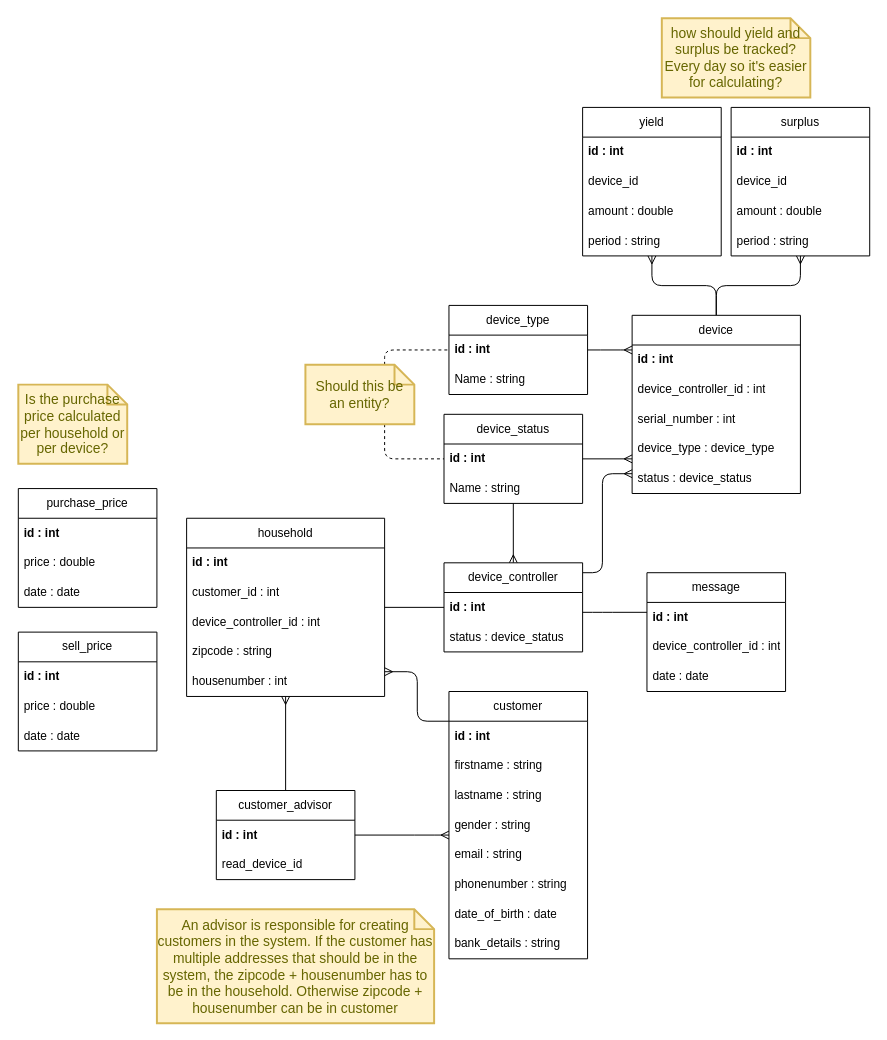
Above: diagrams/ERD/ERD.drawio in JochemGrootherder/educom-ecopowrrr (draw.io), before the change. Source tidied: cells renumbered, new cells numbered last; positions are measured from the earlier drawing's top-left corner, leaving out a move shared by most shapes. Both pictures are drawn from the tidied source at 99%, with x=0, y=0 at pixel (18, 18).
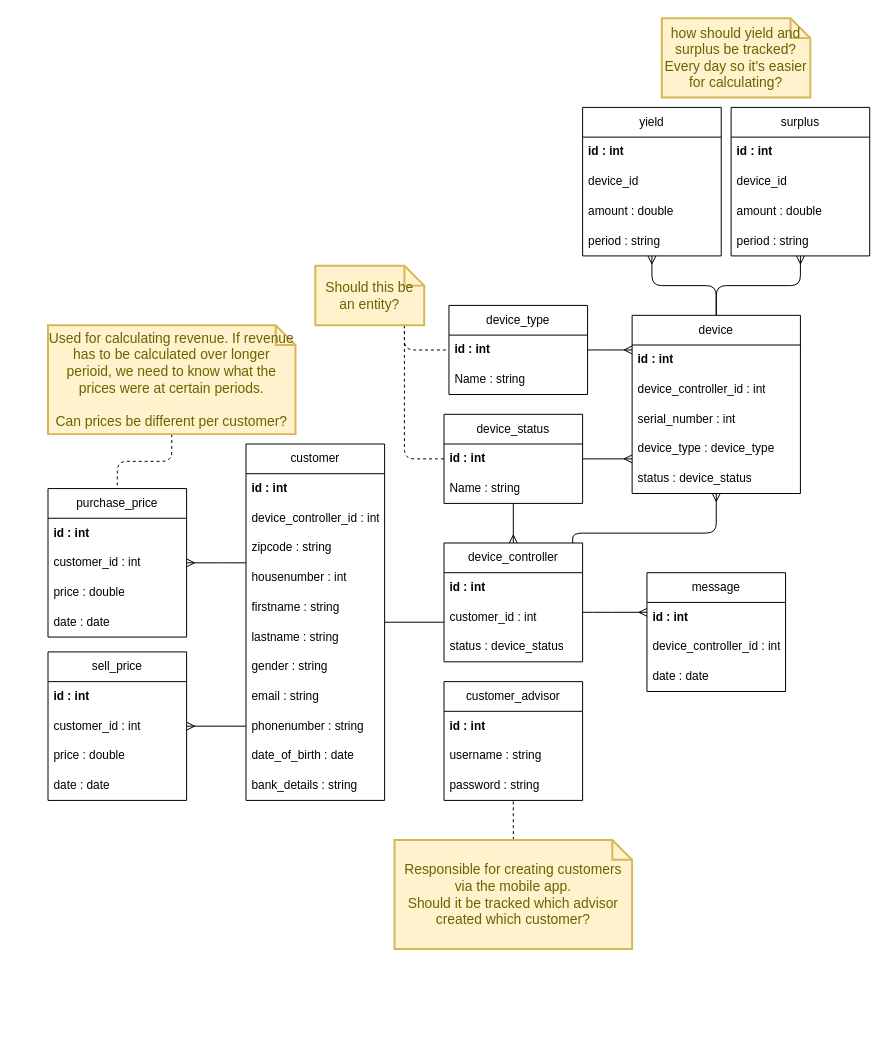
The same diagram, later.

Unchanged cells that the change refers to:
```xml
<mxCell id="18" value="device_status" style="swimlane;fontStyle=0;horizontal=1;startSize=30;whiteSpace=wrap;html=1;fontSize=12;" parent="1" vertex="1">
  <mxGeometry x="430" y="400" width="140" height="90" as="geometry" />
</mxCell>
<mxCell id="23" value="device" style="swimlane;fontStyle=0;horizontal=1;startSize=30;whiteSpace=wrap;html=1;fontSize=12;" parent="1" vertex="1">
  <mxGeometry x="620" y="300" width="170" height="180" as="geometry" />
</mxCell>
<mxCell id="30" value="device_type" style="swimlane;fontStyle=0;horizontal=1;startSize=30;whiteSpace=wrap;html=1;fontSize=12;" parent="1" vertex="1">
  <mxGeometry x="435" y="290" width="140" height="90" as="geometry" />
</mxCell>
<mxCell id="44" value="message" style="swimlane;fontStyle=0;horizontal=1;startSize=30;whiteSpace=wrap;html=1;fontSize=12;" parent="1" vertex="1">
  <mxGeometry x="635" y="560" width="140" height="120" as="geometry" />
</mxCell>
```

The edit, as a diff of the source:
```diff
@@
-    <mxCell id="2" value="household" style="swimlane;fontStyle=0;horizontal=1;startSize=30;whiteSpace=wrap;html=1;fontSize=12;" parent="1" vertex="1">
-      <mxGeometry x="170" y="505" width="200" height="180" as="geometry" />
-    </mxCell>
-    <mxCell id="3" value="id : int" style="text;strokeColor=none;fillColor=none;align=left;verticalAlign=middle;spacingLeft=4;spacingRight=4;overflow=hidden;whiteSpace=wrap;html=1;fontSize=12;fontStyle=1;" parent="2" vertex="1">
-      <mxGeometry y="30" width="200" height="30" as="geometry" />
-    </mxCell>
-    <mxCell id="4" value="customer_id : int" style="text;strokeColor=none;fillColor=none;align=left;verticalAlign=middle;spacingLeft=4;spacingRight=4;overflow=hidden;whiteSpace=wrap;html=1;fontSize=12;fontStyle=0;" parent="2" vertex="1">
-      <mxGeometry y="60" width="200" height="30" as="geometry" />
-    </mxCell>
-    <mxCell id="5" value="device_controller_id : int" style="text;strokeColor=none;fillColor=none;align=left;verticalAlign=middle;spacingLeft=4;spacingRight=4;overflow=hidden;whiteSpace=wrap;html=1;fontSize=12;fontStyle=0;" parent="2" vertex="1">
-      <mxGeometry y="90" width="200" height="30" as="geometry" />
-    </mxCell>
-    <mxCell id="6" value="zipcode : string" style="text;strokeColor=none;fillColor=none;align=left;verticalAlign=middle;spacingLeft=4;spacingRight=4;overflow=hidden;whiteSpace=wrap;html=1;fontSize=12;fontStyle=0;" parent="2" vertex="1">
-      <mxGeometry y="120" width="200" height="30" as="geometry" />
-    </mxCell>
-    <mxCell id="7" value="housenumber : int" style="text;strokeColor=none;fillColor=none;align=left;verticalAlign=middle;spacingLeft=4;spacingRight=4;overflow=hidden;whiteSpace=wrap;html=1;fontSize=12;fontStyle=0;" parent="2" vertex="1">
-      <mxGeometry y="150" width="200" height="30" as="geometry" />
-    </mxCell>
-    <mxCell id="8" style="edgeStyle=none;html=1;endArrow=none;endFill=0;startArrow=ERmany;startFill=0;" parent="1" edge="1" source="2" target="9">
-      <mxGeometry relative="1" as="geometry" />
-    </mxCell>
     <mxCell id="9" value="customer_advisor" style="swimlane;fontStyle=0;horizontal=1;startSize=30;whiteSpace=wrap;html=1;fontSize=12;" parent="1" vertex="1">
-      <mxGeometry x="200" y="780" width="140" height="90" as="geometry" />
+      <mxGeometry x="430" y="670" width="140" height="120" as="geometry" />
     </mxCell>
@@
-    <mxCell id="11" value="read_device_id" style="text;strokeColor=none;fillColor=none;align=left;verticalAlign=middle;spacingLeft=4;spacingRight=4;overflow=hidden;whiteSpace=wrap;html=1;fontSize=12;fontStyle=0;" parent="9" vertex="1">
-      <mxGeometry y="60" width="140" height="30" as="geometry" />
-    </mxCell>
+    <mxCell id="74" value="username : string" style="text;strokeColor=none;fillColor=none;align=left;verticalAlign=middle;spacingLeft=4;spacingRight=4;overflow=hidden;whiteSpace=wrap;html=1;fontSize=12;fontStyle=0;" parent="9" vertex="1">
+      <mxGeometry y="60" width="140" height="30" as="geometry" />
+    </mxCell>
+    <mxCell id="75" value="password : string" style="text;strokeColor=none;fillColor=none;align=left;verticalAlign=middle;spacingLeft=4;spacingRight=4;overflow=hidden;whiteSpace=wrap;html=1;fontSize=12;fontStyle=0;" parent="9" vertex="1">
+      <mxGeometry y="90" width="140" height="30" as="geometry" />
+    </mxCell>
@@
-    <mxCell id="13" style="edgeStyle=none;html=1;startArrow=none;startFill=0;endArrow=none;endFill=0;" parent="1" edge="1" source="15" target="2">
-      <mxGeometry relative="1" as="geometry" />
-    </mxCell>
     <mxCell id="14" style="edgeStyle=orthogonalEdgeStyle;html=1;startArrow=none;startFill=0;endArrow=ERmany;endFill=0;" parent="1" edge="1" source="15" target="23">
       <mxGeometry relative="1" as="geometry">
         <Array as="points">
-          <mxPoint x="590" y="560" />
-          <mxPoint x="590" y="460" />
+          <mxPoint x="560" y="520" />
+          <mxPoint x="705" y="520" />
         </Array>
       </mxGeometry>
     </mxCell>
     <mxCell id="15" value="device_controller" style="swimlane;fontStyle=0;horizontal=1;startSize=30;whiteSpace=wrap;html=1;fontSize=12;" parent="1" vertex="1">
-      <mxGeometry x="430" y="550" width="140" height="90" as="geometry" />
+      <mxGeometry x="430" y="530" width="140" height="120" as="geometry" />
     </mxCell>
@@
+    <mxCell id="76" value="customer_id : int" style="text;strokeColor=none;fillColor=none;align=left;verticalAlign=middle;spacingLeft=4;spacingRight=4;overflow=hidden;whiteSpace=wrap;html=1;fontSize=12;fontStyle=0;" parent="15" vertex="1">
+      <mxGeometry y="60" width="140" height="30" as="geometry" />
+    </mxCell>
     <mxCell id="17" value="status : device_status" style="text;strokeColor=none;fillColor=none;align=left;verticalAlign=middle;spacingLeft=4;spacingRight=4;overflow=hidden;whiteSpace=wrap;html=1;fontSize=12;fontStyle=0;" parent="15" vertex="1">
-      <mxGeometry y="60" width="140" height="30" as="geometry" />
+      <mxGeometry y="90" width="140" height="30" as="geometry" />
     </mxCell>
@@
-    <mxCell id="33" style="edgeStyle=orthogonalEdgeStyle;html=1;startArrow=none;startFill=0;endArrow=ERmany;endFill=0;" parent="1" edge="1" source="34" target="2">
+    <mxCell id="33" style="edgeStyle=orthogonalEdgeStyle;html=1;startArrow=none;startFill=0;endArrow=none;endFill=0;" parent="1" edge="1" source="34" target="15">
       <mxGeometry relative="1" as="geometry">
         <Array as="points">
-          <mxPoint x="403" y="710" />
-          <mxPoint x="403" y="660" />
+          <mxPoint x="450" y="590" />
+          <mxPoint x="450" y="590" />
         </Array>
       </mxGeometry>
     </mxCell>
+    <mxCell id="77" style="edgeStyle=orthogonalEdgeStyle;html=1;startArrow=none;startFill=0;endArrow=ERmany;endFill=0;" parent="1" edge="1" source="34" target="66">
+      <mxGeometry relative="1" as="geometry">
+        <Array as="points">
+          <mxPoint x="210" y="550" />
+          <mxPoint x="210" y="550" />
+        </Array>
+      </mxGeometry>
+    </mxCell>
+    <mxCell id="78" style="edgeStyle=orthogonalEdgeStyle;html=1;startArrow=none;startFill=0;endArrow=ERmany;endFill=0;" parent="1" edge="1" source="34" target="70">
+      <mxGeometry relative="1" as="geometry">
+        <Array as="points">
+          <mxPoint x="210" y="715" />
+          <mxPoint x="210" y="715" />
+        </Array>
+      </mxGeometry>
+    </mxCell>
     <mxCell id="34" value="customer" style="swimlane;fontStyle=0;horizontal=1;startSize=30;whiteSpace=wrap;html=1;fontSize=12;" parent="1" vertex="1">
-      <mxGeometry x="435" y="680" width="140" height="270" as="geometry" />
+      <mxGeometry x="230" y="430" width="140" height="360" as="geometry" />
     </mxCell>
@@
+    <mxCell id="5" value="device_controller_id : int" style="text;strokeColor=none;fillColor=none;align=left;verticalAlign=middle;spacingLeft=4;spacingRight=4;overflow=hidden;whiteSpace=wrap;html=1;fontSize=12;fontStyle=0;" parent="34" vertex="1">
+      <mxGeometry y="60" width="140" height="30" as="geometry" />
+    </mxCell>
+    <mxCell id="6" value="zipcode : string" style="text;strokeColor=none;fillColor=none;align=left;verticalAlign=middle;spacingLeft=4;spacingRight=4;overflow=hidden;whiteSpace=wrap;html=1;fontSize=12;fontStyle=0;" parent="34" vertex="1">
+      <mxGeometry y="90" width="140" height="30" as="geometry" />
+    </mxCell>
+    <mxCell id="7" value="housenumber : int" style="text;strokeColor=none;fillColor=none;align=left;verticalAlign=middle;spacingLeft=4;spacingRight=4;overflow=hidden;whiteSpace=wrap;html=1;fontSize=12;fontStyle=0;" parent="34" vertex="1">
+      <mxGeometry y="120" width="140" height="30" as="geometry" />
+    </mxCell>
     <mxCell id="36" value="firstname : string" style="text;strokeColor=none;fillColor=none;align=left;verticalAlign=middle;spacingLeft=4;spacingRight=4;overflow=hidden;whiteSpace=wrap;html=1;fontSize=12;fontStyle=0;" parent="34" vertex="1">
-      <mxGeometry y="60" width="140" height="30" as="geometry" />
+      <mxGeometry y="150" width="140" height="30" as="geometry" />
     </mxCell>
     <mxCell id="37" value="lastname : string" style="text;strokeColor=none;fillColor=none;align=left;verticalAlign=middle;spacingLeft=4;spacingRight=4;overflow=hidden;whiteSpace=wrap;html=1;fontSize=12;fontStyle=0;" parent="34" vertex="1">
-      <mxGeometry y="90" width="140" height="30" as="geometry" />
+      <mxGeometry y="180" width="140" height="30" as="geometry" />
     </mxCell>
     <mxCell id="38" value="gender : string" style="text;strokeColor=none;fillColor=none;align=left;verticalAlign=middle;spacingLeft=4;spacingRight=4;overflow=hidden;whiteSpace=wrap;html=1;fontSize=12;fontStyle=0;" parent="34" vertex="1">
-      <mxGeometry y="120" width="140" height="30" as="geometry" />
+      <mxGeometry y="210" width="140" height="30" as="geometry" />
     </mxCell>
     <mxCell id="39" value="email : string" style="text;strokeColor=none;fillColor=none;align=left;verticalAlign=middle;spacingLeft=4;spacingRight=4;overflow=hidden;whiteSpace=wrap;html=1;fontSize=12;fontStyle=0;" parent="34" vertex="1">
-      <mxGeometry y="150" width="140" height="30" as="geometry" />
+      <mxGeometry y="240" width="140" height="30" as="geometry" />
     </mxCell>
     <mxCell id="40" value="phonenumber : string" style="text;strokeColor=none;fillColor=none;align=left;verticalAlign=middle;spacingLeft=4;spacingRight=4;overflow=hidden;whiteSpace=wrap;html=1;fontSize=12;fontStyle=0;" parent="34" vertex="1">
-      <mxGeometry y="180" width="140" height="30" as="geometry" />
+      <mxGeometry y="270" width="140" height="30" as="geometry" />
     </mxCell>
     <mxCell id="41" value="date_of_birth : date" style="text;strokeColor=none;fillColor=none;align=left;verticalAlign=middle;spacingLeft=4;spacingRight=4;overflow=hidden;whiteSpace=wrap;html=1;fontSize=12;fontStyle=0;" parent="34" vertex="1">
-      <mxGeometry y="210" width="140" height="30" as="geometry" />
+      <mxGeometry y="300" width="140" height="30" as="geometry" />
     </mxCell>
     <mxCell id="42" value="bank_details : string" style="text;strokeColor=none;fillColor=none;align=left;verticalAlign=middle;spacingLeft=4;spacingRight=4;overflow=hidden;whiteSpace=wrap;html=1;fontSize=12;fontStyle=0;" parent="34" vertex="1">
-      <mxGeometry y="240" width="140" height="30" as="geometry" />
+      <mxGeometry y="330" width="140" height="30" as="geometry" />
     </mxCell>
-    <mxCell id="43" style="edgeStyle=orthogonalEdgeStyle;html=1;startArrow=none;startFill=0;endArrow=none;endFill=0;" parent="1" edge="1" source="44" target="15">
+    <mxCell id="43" style="edgeStyle=orthogonalEdgeStyle;html=1;startArrow=ERmany;startFill=0;endArrow=none;endFill=0;" parent="1" edge="1" source="44" target="15">
       <mxGeometry relative="1" as="geometry">
         <Array as="points">
           <mxPoint x="590" y="600" />
           <mxPoint x="590" y="600" />
         </Array>
       </mxGeometry>
     </mxCell>
@@
-    <mxCell id="49" style="edgeStyle=orthogonalEdgeStyle;html=1;startArrow=none;startFill=0;endArrow=ERmany;endFill=0;" parent="1" edge="1" source="9" target="34">
-      <mxGeometry relative="1" as="geometry">
-        <Array as="points">
-          <mxPoint x="410" y="825" />
-          <mxPoint x="410" y="825" />
-        </Array>
-      </mxGeometry>
-    </mxCell>
-    <mxCell id="50" value="An advisor is responsible for creating customers in the system. If the customer has multiple addresses that should be in the system, the zipcode + housenumber has to be in the household. Otherwise zipcode + housenumber can be in customer" style="shape=note;strokeWidth=2;fontSize=14;size=20;whiteSpace=wrap;html=1;fillColor=#fff2cc;strokeColor=#d6b656;fontColor=#666600;" parent="1" vertex="1">
-      <mxGeometry x="140" y="900" width="280" height="115" as="geometry" />
-    </mxCell>
     <mxCell id="51" style="edgeStyle=orthogonalEdgeStyle;html=1;startArrow=none;startFill=0;endArrow=none;endFill=0;dashed=1;" parent="1" edge="1" source="53" target="18">
       <mxGeometry relative="1" as="geometry">
         <Array as="points">
-          <mxPoint x="370" y="445" />
+          <mxPoint x="390" y="445" />
         </Array>
       </mxGeometry>
     </mxCell>
     <mxCell id="52" style="edgeStyle=orthogonalEdgeStyle;html=1;dashed=1;startArrow=none;startFill=0;endArrow=none;endFill=0;" parent="1" edge="1" source="53" target="30">
       <mxGeometry relative="1" as="geometry">
         <Array as="points">
-          <mxPoint x="370" y="335" />
+          <mxPoint x="390" y="335" />
         </Array>
       </mxGeometry>
     </mxCell>
     <mxCell id="53" value="Should this be an entity?" style="shape=note;strokeWidth=2;fontSize=14;size=20;whiteSpace=wrap;html=1;fillColor=#fff2cc;strokeColor=#d6b656;fontColor=#666600;" parent="1" vertex="1">
-      <mxGeometry x="290" y="350" width="110" height="60" as="geometry" />
+      <mxGeometry x="300" y="250" width="110" height="60" as="geometry" />
     </mxCell>
@@
-    <mxCell id="65" value="Is the purchase price calculated per household or per device?" style="shape=note;strokeWidth=2;fontSize=14;size=20;whiteSpace=wrap;html=1;fillColor=#fff2cc;strokeColor=#d6b656;fontColor=#666600;" parent="1" vertex="1">
-      <mxGeometry y="370" width="110" height="80" as="geometry" />
-    </mxCell>
     <mxCell id="66" value="purchase_price" style="swimlane;fontStyle=0;horizontal=1;startSize=30;whiteSpace=wrap;html=1;fontSize=12;" parent="1" vertex="1">
-      <mxGeometry y="475" width="140" height="120" as="geometry" />
+      <mxGeometry x="30" y="475" width="140" height="150" as="geometry" />
     </mxCell>
@@
+    <mxCell id="79" value="customer_id : int" style="text;strokeColor=none;fillColor=none;align=left;verticalAlign=middle;spacingLeft=4;spacingRight=4;overflow=hidden;whiteSpace=wrap;html=1;fontSize=12;fontStyle=0;" parent="66" vertex="1">
+      <mxGeometry y="60" width="140" height="30" as="geometry" />
+    </mxCell>
     <mxCell id="68" value="price : double" style="text;strokeColor=none;fillColor=none;align=left;verticalAlign=middle;spacingLeft=4;spacingRight=4;overflow=hidden;whiteSpace=wrap;html=1;fontSize=12;fontStyle=0;" parent="66" vertex="1">
-      <mxGeometry y="60" width="140" height="30" as="geometry" />
+      <mxGeometry y="90" width="140" height="30" as="geometry" />
     </mxCell>
     <mxCell id="69" value="date : date" style="text;strokeColor=none;fillColor=none;align=left;verticalAlign=middle;spacingLeft=4;spacingRight=4;overflow=hidden;whiteSpace=wrap;html=1;fontSize=12;fontStyle=0;" parent="66" vertex="1">
-      <mxGeometry y="90" width="140" height="30" as="geometry" />
+      <mxGeometry y="120" width="140" height="30" as="geometry" />
     </mxCell>
     <mxCell id="70" value="sell_price" style="swimlane;fontStyle=0;horizontal=1;startSize=30;whiteSpace=wrap;html=1;fontSize=12;" parent="1" vertex="1">
-      <mxGeometry y="620" width="140" height="120" as="geometry" />
+      <mxGeometry x="30" y="640" width="140" height="150" as="geometry" />
     </mxCell>
@@
+    <mxCell id="80" value="customer_id : int" style="text;strokeColor=none;fillColor=none;align=left;verticalAlign=middle;spacingLeft=4;spacingRight=4;overflow=hidden;whiteSpace=wrap;html=1;fontSize=12;fontStyle=0;" parent="70" vertex="1">
+      <mxGeometry y="60" width="140" height="30" as="geometry" />
+    </mxCell>
     <mxCell id="72" value="price : double" style="text;strokeColor=none;fillColor=none;align=left;verticalAlign=middle;spacingLeft=4;spacingRight=4;overflow=hidden;whiteSpace=wrap;html=1;fontSize=12;fontStyle=0;" parent="70" vertex="1">
-      <mxGeometry y="60" width="140" height="30" as="geometry" />
+      <mxGeometry y="90" width="140" height="30" as="geometry" />
     </mxCell>
     <mxCell id="73" value="date : date" style="text;strokeColor=none;fillColor=none;align=left;verticalAlign=middle;spacingLeft=4;spacingRight=4;overflow=hidden;whiteSpace=wrap;html=1;fontSize=12;fontStyle=0;" parent="70" vertex="1">
-      <mxGeometry y="90" width="140" height="30" as="geometry" />
+      <mxGeometry y="120" width="140" height="30" as="geometry" />
     </mxCell>
+    <mxCell id="81" style="edgeStyle=orthogonalEdgeStyle;html=1;startArrow=none;startFill=0;endArrow=none;endFill=0;dashed=1;" parent="1" edge="1" source="82" target="9">
+      <mxGeometry relative="1" as="geometry" />
+    </mxCell>
+    <mxCell id="82" value="Responsible for creating customers via the mobile app.&lt;br&gt;Should it be tracked which advisor created which customer?" style="shape=note;strokeWidth=2;fontSize=14;size=20;whiteSpace=wrap;html=1;fillColor=#fff2cc;strokeColor=#d6b656;fontColor=#666600;" parent="1" vertex="1">
+      <mxGeometry x="380" y="830" width="240" height="110" as="geometry" />
+    </mxCell>
+    <mxCell id="83" style="edgeStyle=orthogonalEdgeStyle;html=1;dashed=1;startArrow=none;startFill=0;endArrow=none;endFill=0;" parent="1" edge="1" source="84" target="66">
+      <mxGeometry relative="1" as="geometry" />
+    </mxCell>
+    <mxCell id="84" value="Used for calculating revenue. If revenue has to be calculated over longer perioid, we need to know what the prices were at certain periods.&lt;br&gt;&lt;br&gt;Can prices be different per customer?" style="shape=note;strokeWidth=2;fontSize=14;size=20;whiteSpace=wrap;html=1;fillColor=#fff2cc;strokeColor=#d6b656;fontColor=#666600;" parent="1" vertex="1">
+      <mxGeometry x="30" y="310" width="250" height="110" as="geometry" />
+    </mxCell>
```
